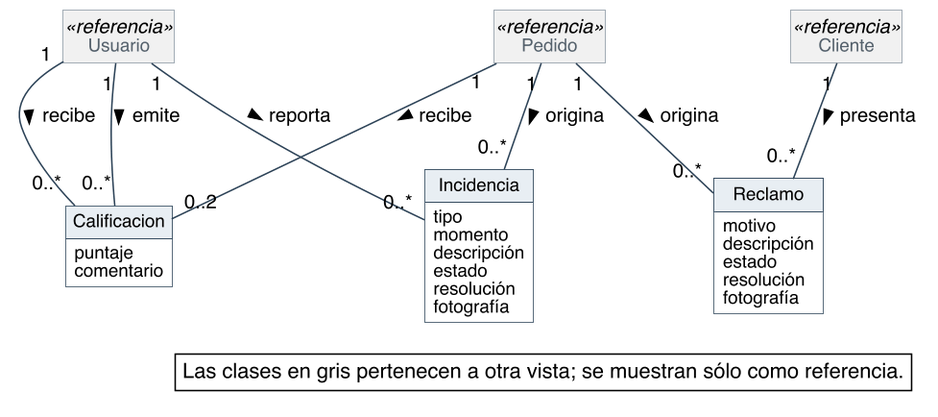
Above: diagramas/modelo-conceptual/MC_Posventa.png in Nahuelito-Dev/splg-docs (PlantUML), before the change.
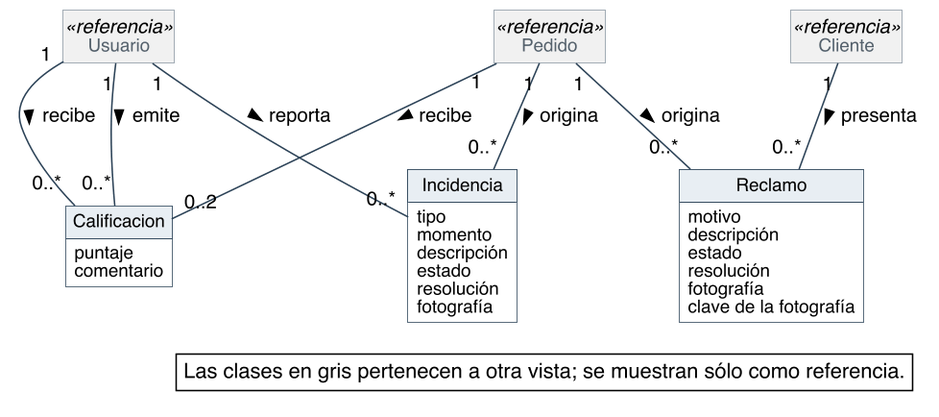
Later version of the same file.

Diff of the diagram source:
```diff
@@ -53,6 +53,7 @@
   estado
   resolución
   fotografía
+  clave de la fotografía
 }
 class Usuario <<referencia>>
 class Pedido <<referencia>>
```
